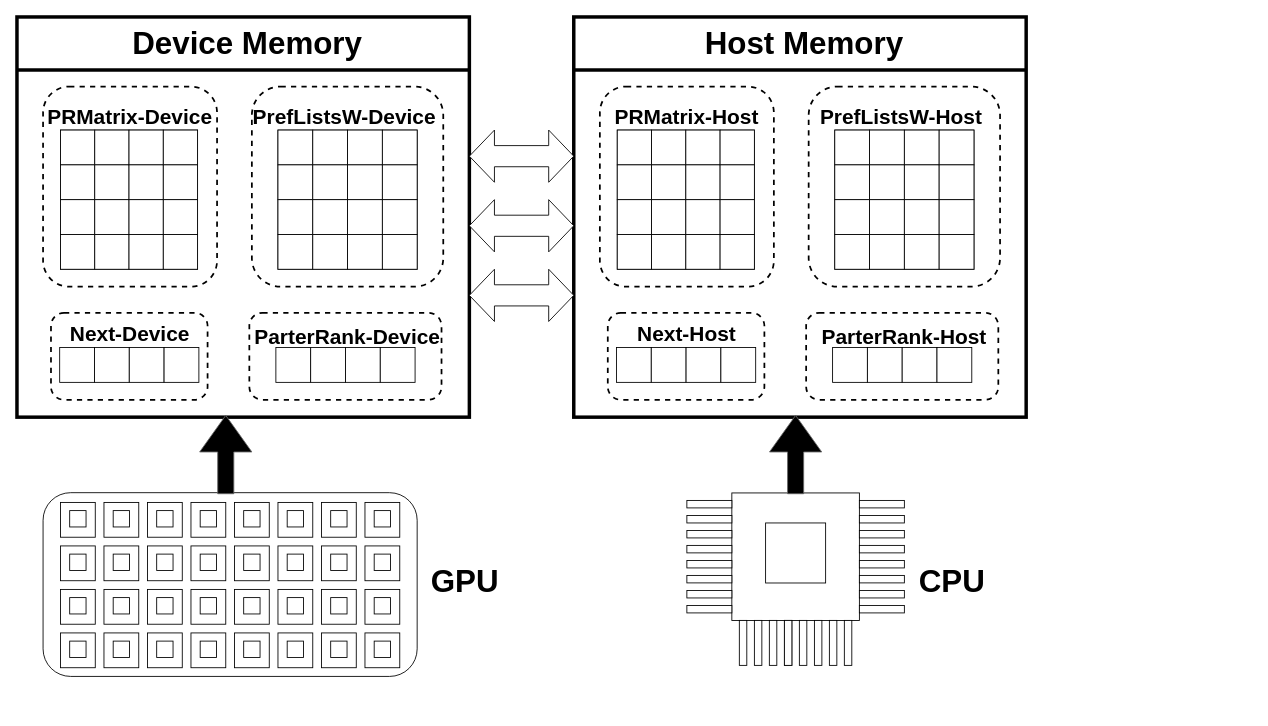
Before: Hybrid.drawio in victorliu-sq/BambooSMP-Figures, a draw.io diagram. Source tidied: cells renumbered, new cells numbered last; positions are measured from the earlier drawing's top-left corner, leaving out a move shared by most shapes. Both pictures are drawn from the tidied source at 87%, with x=0, y=0 at pixel (17, 17).
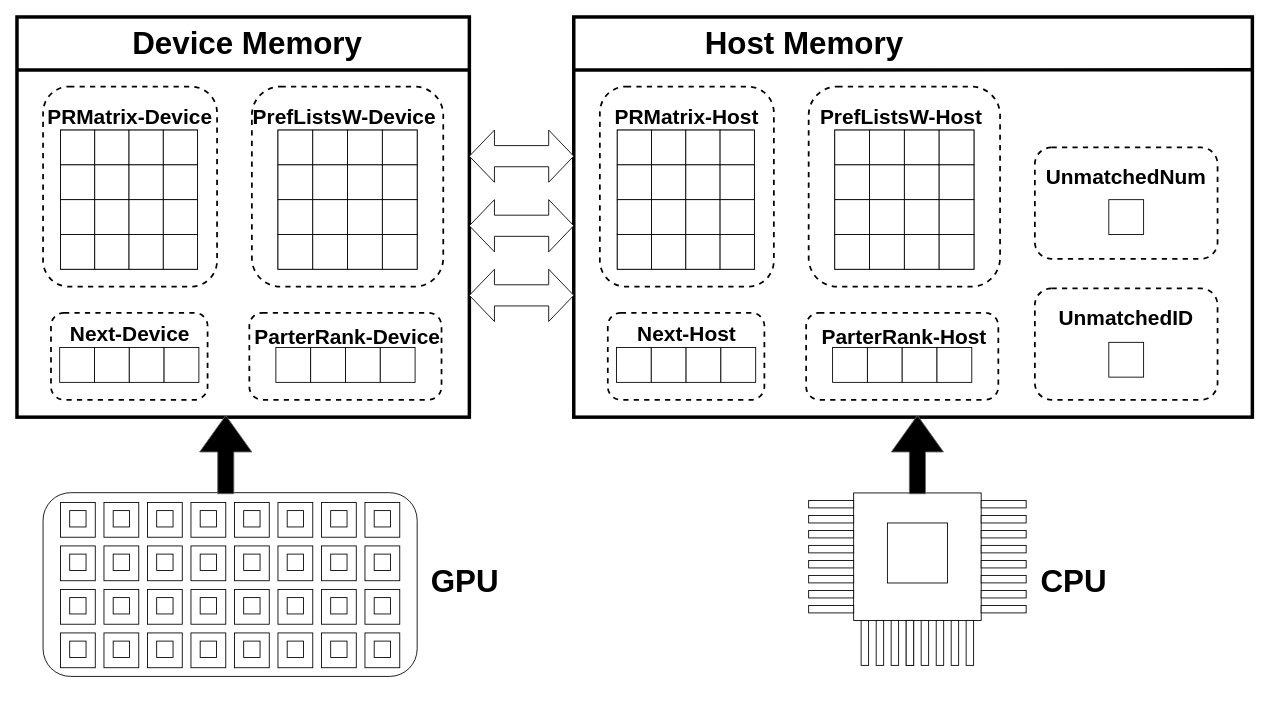
Above is the later version.

The change refers to these unchanged cells:
```xml
<mxCell id="118" style="group;" parent="1" vertex="1">
  <mxGeometry x="770" y="548" width="250" height="250" as="geometry" />
</mxCell>
```

The edit, as a diff of the source:
```diff
@@
     <mxCell id="60" style="rounded=0;whiteSpace=wrap;html=1;strokeWidth=4;" parent="1" vertex="1">
-      <mxGeometry x="640" width="520" height="460" as="geometry" />
+      <mxGeometry x="640" width="780" height="460" as="geometry" />
     </mxCell>
@@
-    <mxCell id="117" style="endArrow=none;html=1;rounded=0;exitX=0.001;exitY=0.108;exitDx=0;exitDy=0;exitPerimeter=0;strokeWidth=4;" parent="1" edge="1">
+    <mxCell id="117" style="endArrow=none;html=1;rounded=0;exitX=0.001;exitY=0.108;exitDx=0;exitDy=0;exitPerimeter=0;strokeWidth=4;entryX=0.998;entryY=0.132;entryDx=0;entryDy=0;entryPerimeter=0;" parent="1" edge="1" target="60">
       <mxGeometry relative="1" as="geometry">
         <mxPoint x="641" y="61" as="sourcePoint" />
-        <mxPoint x="1160" y="61" as="targetPoint" />
       </mxGeometry>
     </mxCell>
@@
     <mxCell id="119" style="whiteSpace=wrap;html=1;" parent="118" vertex="1">
-      <mxGeometry x="51.7" y="-0.9" width="146.6" height="146.6" as="geometry" />
+      <mxGeometry x="191.7" y="-0.9" width="146.6" height="146.6" as="geometry" />
     </mxCell>
     <mxCell id="120" style="whiteSpace=wrap;html=1;" parent="118" vertex="1">
-      <mxGeometry x="90.5" y="33.6" width="69" height="69" as="geometry" />
+      <mxGeometry x="230.5" y="33.6" width="69" height="69" as="geometry" />
     </mxCell>
     <mxCell id="121" style="rounded=0;whiteSpace=wrap;html=1;" parent="118" vertex="1">
-      <mxGeometry x="60.3" y="145.6" width="8.6" height="51.7" as="geometry" />
+      <mxGeometry x="200.3" y="145.6" width="8.6" height="51.7" as="geometry" />
     </mxCell>
     <mxCell id="122" style="rounded=0;whiteSpace=wrap;html=1;" parent="118" vertex="1">
-      <mxGeometry x="77.6" y="145.6" width="8.6" height="51.7" as="geometry" />
+      <mxGeometry x="217.6" y="145.6" width="8.6" height="51.7" as="geometry" />
     </mxCell>
     <mxCell id="123" style="rounded=0;whiteSpace=wrap;html=1;" parent="118" vertex="1">
-      <mxGeometry x="94.8" y="145.6" width="8.6" height="51.7" as="geometry" />
+      <mxGeometry x="234.8" y="145.6" width="8.6" height="51.7" as="geometry" />
     </mxCell>
     <mxCell id="124" style="rounded=0;whiteSpace=wrap;html=1;" parent="118" vertex="1">
-      <mxGeometry x="112.1" y="145.6" width="8.6" height="51.7" as="geometry" />
+      <mxGeometry x="252.1" y="145.6" width="8.6" height="51.7" as="geometry" />
     </mxCell>
     <mxCell id="125" style="rounded=0;whiteSpace=wrap;html=1;" parent="118" vertex="1">
-      <mxGeometry x="112.1" y="145.6" width="8.6" height="51.7" as="geometry" />
+      <mxGeometry x="252.1" y="145.6" width="8.6" height="51.7" as="geometry" />
     </mxCell>
     <mxCell id="126" style="rounded=0;whiteSpace=wrap;html=1;" parent="118" vertex="1">
-      <mxGeometry x="129.3" y="145.6" width="8.6" height="51.7" as="geometry" />
+      <mxGeometry x="269.3" y="145.6" width="8.6" height="51.7" as="geometry" />
     </mxCell>
     <mxCell id="127" style="rounded=0;whiteSpace=wrap;html=1;" parent="118" vertex="1">
-      <mxGeometry x="146.6" y="145.6" width="8.6" height="51.7" as="geometry" />
+      <mxGeometry x="286.6" y="145.6" width="8.6" height="51.7" as="geometry" />
     </mxCell>
     <mxCell id="128" style="rounded=0;whiteSpace=wrap;html=1;" parent="118" vertex="1">
-      <mxGeometry x="163.8" y="145.6" width="8.6" height="51.7" as="geometry" />
+      <mxGeometry x="303.8" y="145.6" width="8.6" height="51.7" as="geometry" />
     </mxCell>
     <mxCell id="129" style="rounded=0;whiteSpace=wrap;html=1;" parent="118" vertex="1">
-      <mxGeometry x="181" y="145.6" width="8.6" height="51.7" as="geometry" />
+      <mxGeometry x="321" y="145.6" width="8.6" height="51.7" as="geometry" />
     </mxCell>
     <mxCell id="130" style="rounded=0;whiteSpace=wrap;html=1;" parent="118" vertex="1">
-      <mxGeometry x="198.3" y="7.7" width="51.7" height="8.6" as="geometry" />
+      <mxGeometry x="338.3" y="7.7" width="51.7" height="8.6" as="geometry" />
     </mxCell>
     <mxCell id="131" style="rounded=0;whiteSpace=wrap;html=1;" parent="118" vertex="1">
-      <mxGeometry x="198.3" y="25" width="51.7" height="8.6" as="geometry" />
+      <mxGeometry x="338.3" y="25" width="51.7" height="8.6" as="geometry" />
     </mxCell>
     <mxCell id="132" style="rounded=0;whiteSpace=wrap;html=1;" parent="118" vertex="1">
-      <mxGeometry x="198.3" y="42.2" width="51.7" height="8.6" as="geometry" />
+      <mxGeometry x="338.3" y="42.2" width="51.7" height="8.6" as="geometry" />
     </mxCell>
     <mxCell id="133" style="rounded=0;whiteSpace=wrap;html=1;" parent="118" vertex="1">
-      <mxGeometry x="198.3" y="59.4" width="51.7" height="8.6" as="geometry" />
+      <mxGeometry x="338.3" y="59.4" width="51.7" height="8.6" as="geometry" />
     </mxCell>
     <mxCell id="134" style="rounded=0;whiteSpace=wrap;html=1;" parent="118" vertex="1">
-      <mxGeometry x="198.3" y="76.7" width="51.7" height="8.6" as="geometry" />
+      <mxGeometry x="338.3" y="76.7" width="51.7" height="8.6" as="geometry" />
     </mxCell>
     <mxCell id="135" style="rounded=0;whiteSpace=wrap;html=1;" parent="118" vertex="1">
-      <mxGeometry x="198.3" y="93.9" width="51.7" height="8.6" as="geometry" />
+      <mxGeometry x="338.3" y="93.9" width="51.7" height="8.6" as="geometry" />
     </mxCell>
     <mxCell id="136" style="rounded=0;whiteSpace=wrap;html=1;" parent="118" vertex="1">
-      <mxGeometry x="198.3" y="111.2" width="51.7" height="8.6" as="geometry" />
+      <mxGeometry x="338.3" y="111.2" width="51.7" height="8.6" as="geometry" />
     </mxCell>
     <mxCell id="137" style="rounded=0;whiteSpace=wrap;html=1;" parent="118" vertex="1">
-      <mxGeometry x="198.3" y="128.4" width="51.7" height="8.6" as="geometry" />
+      <mxGeometry x="338.3" y="128.4" width="51.7" height="8.6" as="geometry" />
     </mxCell>
     <mxCell id="138" style="rounded=0;whiteSpace=wrap;html=1;" parent="118" vertex="1">
-      <mxGeometry y="7.7" width="51.7" height="8.6" as="geometry" />
+      <mxGeometry x="140" y="7.7" width="51.7" height="8.6" as="geometry" />
     </mxCell>
     <mxCell id="139" style="rounded=0;whiteSpace=wrap;html=1;" parent="118" vertex="1">
-      <mxGeometry y="25" width="51.7" height="8.6" as="geometry" />
+      <mxGeometry x="140" y="25" width="51.7" height="8.6" as="geometry" />
     </mxCell>
     <mxCell id="140" style="rounded=0;whiteSpace=wrap;html=1;" parent="118" vertex="1">
-      <mxGeometry y="42.2" width="51.7" height="8.6" as="geometry" />
+      <mxGeometry x="140" y="42.2" width="51.7" height="8.6" as="geometry" />
     </mxCell>
     <mxCell id="141" style="rounded=0;whiteSpace=wrap;html=1;" parent="118" vertex="1">
-      <mxGeometry y="59.4" width="51.7" height="8.6" as="geometry" />
+      <mxGeometry x="140" y="59.4" width="51.7" height="8.6" as="geometry" />
     </mxCell>
     <mxCell id="142" style="rounded=0;whiteSpace=wrap;html=1;" parent="118" vertex="1">
-      <mxGeometry y="76.7" width="51.7" height="8.6" as="geometry" />
+      <mxGeometry x="140" y="76.7" width="51.7" height="8.6" as="geometry" />
     </mxCell>
     <mxCell id="143" style="rounded=0;whiteSpace=wrap;html=1;" parent="118" vertex="1">
-      <mxGeometry y="93.9" width="51.7" height="8.6" as="geometry" />
+      <mxGeometry x="140" y="93.9" width="51.7" height="8.6" as="geometry" />
     </mxCell>
     <mxCell id="144" style="rounded=0;whiteSpace=wrap;html=1;" parent="118" vertex="1">
-      <mxGeometry y="111.2" width="51.7" height="8.6" as="geometry" />
+      <mxGeometry x="140" y="111.2" width="51.7" height="8.6" as="geometry" />
     </mxCell>
     <mxCell id="145" style="rounded=0;whiteSpace=wrap;html=1;" parent="118" vertex="1">
-      <mxGeometry y="128.4" width="51.7" height="8.6" as="geometry" />
+      <mxGeometry x="140" y="128.4" width="51.7" height="8.6" as="geometry" />
     </mxCell>
@@
     <mxCell id="241" value="&lt;b&gt;&lt;span style=&quot;font-size: 36px;&quot;&gt;&lt;font style=&quot;font-size: 36px;&quot;&gt;CPU&lt;br&gt;&lt;/font&gt;&lt;/span&gt;&lt;/b&gt;" style="rounded=1;whiteSpace=wrap;html=1;strokeColor=none;fillColor=none;fontSize=36;" parent="1" vertex="1">
-      <mxGeometry x="1000" y="628" width="150" height="40" as="geometry" />
+      <mxGeometry x="1140" y="628" width="150" height="40" as="geometry" />
     </mxCell>
@@
     <mxCell id="243" style="shape=singleArrow;direction=north;whiteSpace=wrap;html=1;arrowWidth=0.30833333333333335;arrowSize=0.4666666666666667;fillColor=#000000;fontColor=#333333;strokeColor=#666666;" parent="1" vertex="1">
-      <mxGeometry x="865" y="458" width="60" height="90" as="geometry" />
+      <mxGeometry x="1005" y="458" width="60" height="90" as="geometry" />
     </mxCell>
@@
+    <mxCell id="250" style="rounded=1;whiteSpace=wrap;html=1;fillColor=none;strokeWidth=2;dashed=1;" parent="1" vertex="1">
+      <mxGeometry x="1170" y="150" width="210" height="128" as="geometry" />
+    </mxCell>
+    <mxCell id="251" style="rounded=0;whiteSpace=wrap;html=1;" parent="1" vertex="1">
+      <mxGeometry x="1255" y="210" width="40" height="40" as="geometry" />
+    </mxCell>
+    <mxCell id="252" value="&lt;p style=&quot;font-size: 24px;&quot;&gt;&lt;b style=&quot;font-size: 24px;&quot;&gt;&lt;font style=&quot;font-size: 24px;&quot;&gt;UnmatchedNum&lt;/font&gt;&lt;/b&gt;&lt;br style=&quot;font-size: 24px;&quot;&gt;&lt;/p&gt;" style="text;html=1;align=center;verticalAlign=middle;whiteSpace=wrap;rounded=0;fontSize=24;" parent="1" vertex="1">
+      <mxGeometry x="1170" y="170" width="210" height="30" as="geometry" />
+    </mxCell>
+    <mxCell id="253" style="rounded=1;whiteSpace=wrap;html=1;fillColor=none;strokeWidth=2;dashed=1;" parent="1" vertex="1">
+      <mxGeometry x="1170" y="312" width="210" height="128" as="geometry" />
+    </mxCell>
+    <mxCell id="254" style="rounded=0;whiteSpace=wrap;html=1;" parent="1" vertex="1">
+      <mxGeometry x="1255" y="374" width="40" height="40" as="geometry" />
+    </mxCell>
+    <mxCell id="255" value="&lt;p style=&quot;font-size: 24px;&quot;&gt;&lt;b style=&quot;font-size: 24px;&quot;&gt;&lt;font style=&quot;font-size: 24px;&quot;&gt;UnmatchedID&lt;/font&gt;&lt;/b&gt;&lt;br style=&quot;font-size: 24px;&quot;&gt;&lt;/p&gt;" style="text;html=1;align=center;verticalAlign=middle;whiteSpace=wrap;rounded=0;fontSize=24;" parent="1" vertex="1">
+      <mxGeometry x="1170" y="332" width="210" height="30" as="geometry" />
+    </mxCell>
```
